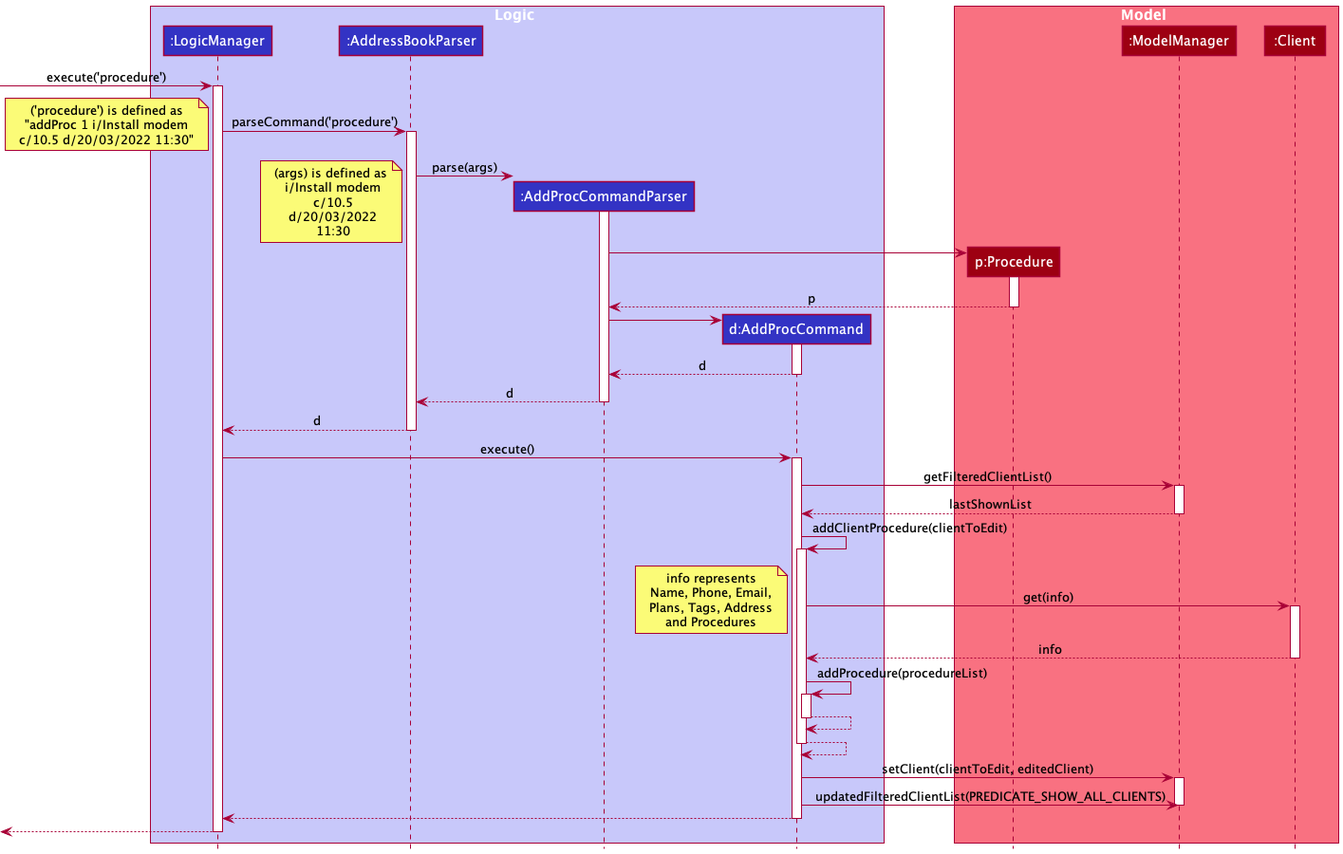
Earlier version of the PlantUML export docs/images/AddProcCommand.png (robinrojh/tp). Source of this version:
```plantuml
@startuml
!include style.puml

box Logic LOGIC_COLOR_T1
participant ":LogicManager" as LogicManager LOGIC_COLOR
participant ":AddressBookParser" as AddressBookParser LOGIC_COLOR
participant ":AddProcCommandParser" as AddProcCommandParser LOGIC_COLOR
participant "d:AddProcCommand" as AddProcCommand LOGIC_COLOR
end box

box Model MODEL_COLOR_T1
participant "p:Procedure" as Procedure MODEL_COLOR
participant ":ModelManager" as ModelManager MODEL_COLOR
participant ":Client" as Client MODEL_COLOR
end box


[-> LogicManager : execute('procedure')
activate LogicManager

LogicManager -> AddressBookParser : parseCommand('procedure')
note left
('procedure') is defined as
"addProc 1 i/Install modem
c/10.5 d/20/03/2022 11:30"
end note
activate AddressBookParser

create AddProcCommandParser
AddressBookParser -> AddProcCommandParser : parse(args)
activate AddProcCommandParser
note left
(args) is defined as
 i/Install modem
 c/10.5
 d/20/03/2022
 11:30
end note



create Procedure
AddProcCommandParser -> Procedure
activate Procedure
Procedure --> AddProcCommandParser : p
deactivate Procedure

create AddProcCommand
AddProcCommandParser -> AddProcCommand
activate AddProcCommand
AddProcCommand --> AddProcCommandParser : d
deactivate AddProcCommand
AddProcCommandParser --> AddressBookParser : d
deactivate AddProcCommandParser

AddressBookParser --> LogicManager : d
deactivate AddressBookParser

LogicManager -> AddProcCommand : execute()
activate AddProcCommand

AddProcCommand -> ModelManager : getFilteredClientList()
activate ModelManager

ModelManager --> AddProcCommand : lastShownList
deactivate ModelManager

AddProcCommand -> AddProcCommand : addClientProcedure(clientToEdit)
activate AddProcCommand


AddProcCommand -> Client : get(info)
activate Client
note left
info represents
Name, Phone, Email,
Plans, Tags, Address
and Procedures
end note
Client --> AddProcCommand : info
deactivate Client

AddProcCommand -> AddProcCommand : addProcedure(procedureList)
activate AddProcCommand
AddProcCommand --> AddProcCommand
deactivate AddProcCommand
AddProcCommand --> AddProcCommand
deactivate AddProcCommand
AddProcCommand -> ModelManager : setClient(clientToEdit, editedClient)


activate ModelManager
AddProcCommand -> ModelManager : updatedFilteredClientList(PREDICATE_SHOW_ALL_CLIENTS)
deactivate ModelManager
AddProcCommand --> LogicManager
deactivate AddProcCommand
[<--LogicManager
deactivate LogicManager
@enduml
```
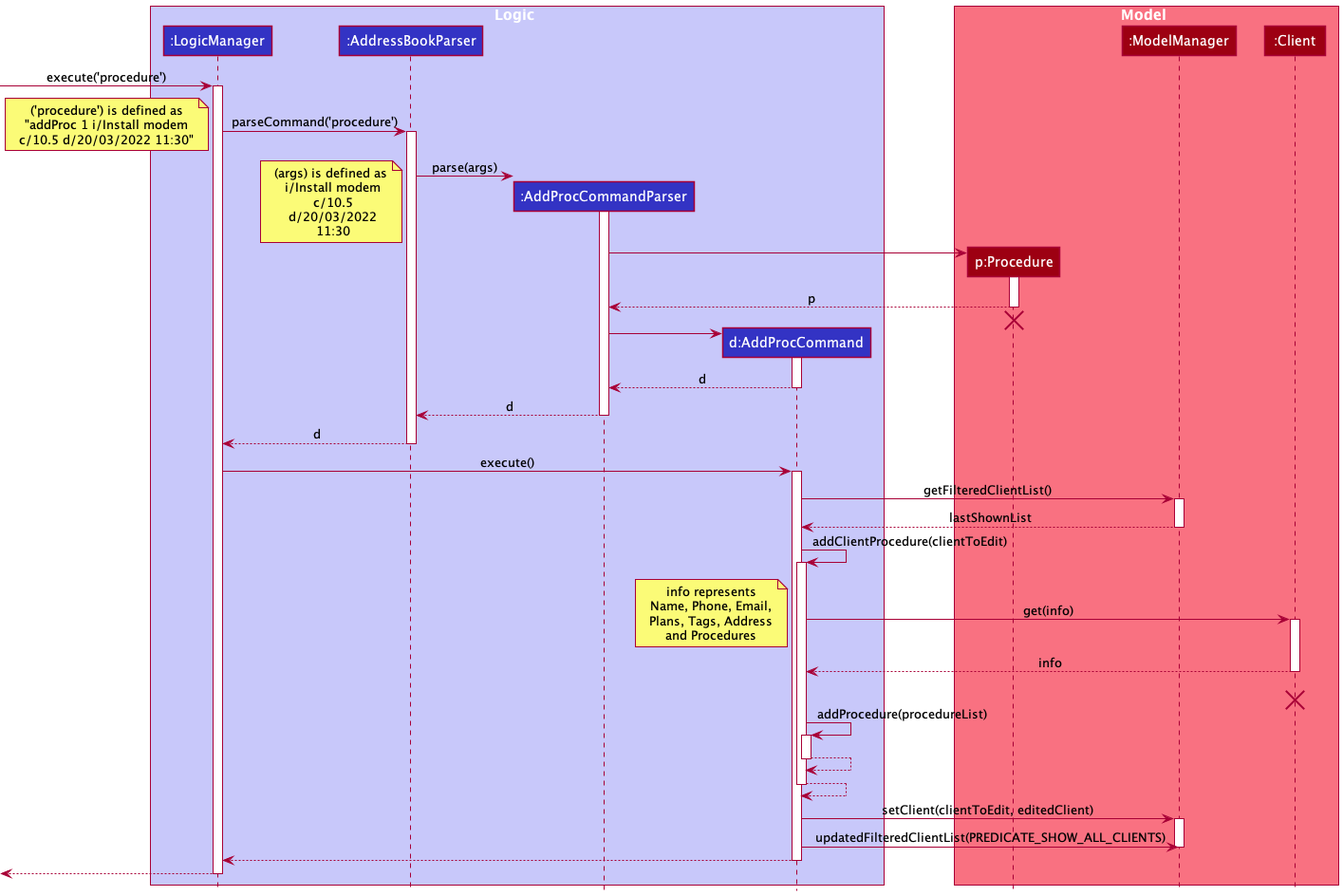
Above is the later version.

Commit message:
Update AddProc Sequence Diagram

Change to the diagram source:
```diff
@@ -44,6 +44,8 @@
 activate Procedure
 Procedure --> AddProcCommandParser : p
 deactivate Procedure
+Procedure -[hidden]-> AddProcCommandParser
+destroy Procedure
 
 create AddProcCommand
 AddProcCommandParser -> AddProcCommand
@@ -79,6 +81,8 @@
 end note
 Client --> AddProcCommand : info
 deactivate Client
+Client -[hidden]--> AddProcCommand : info
+destroy Client
 
 AddProcCommand -> AddProcCommand : addProcedure(procedureList)
 activate AddProcCommand
```
